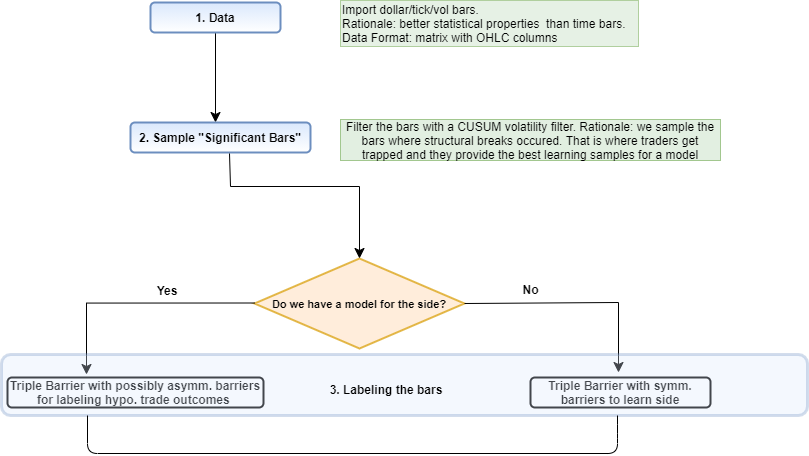
Before: Graphics/overview.png, a diagram exported from draw.io (aarzt21/MasterThesisETHZ). Source tidied: cells renumbered, new cells last; positions are measured from the earlier drawing's top-left corner, leaving out a move shared by most shapes.
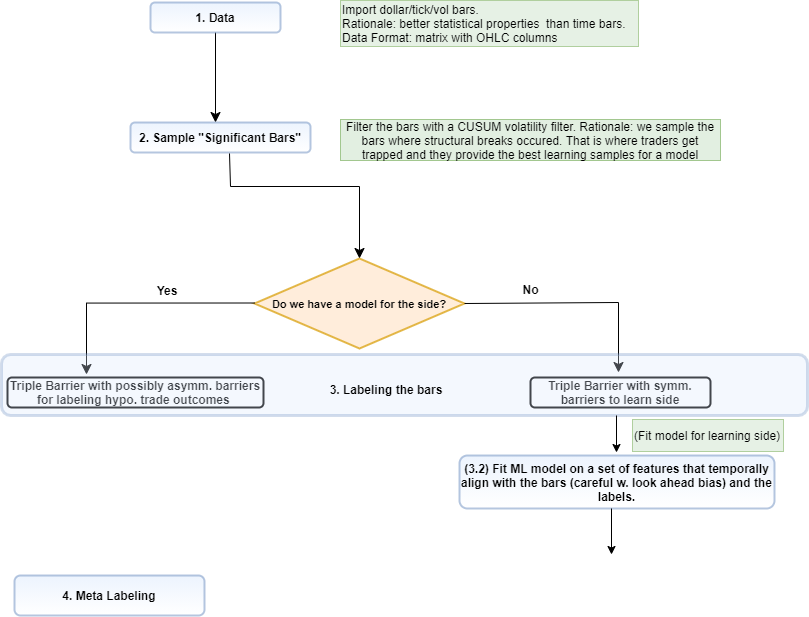
Later version of the same file.

Change to the diagram source:
```diff
@@ -7,7 +7,7 @@
         <mxPoint x="214" y="122" as="targetPoint" />
       </mxGeometry>
     </mxCell>
-    <mxCell id="3" value="&lt;b&gt;1. Data&lt;/b&gt;" style="rounded=1;whiteSpace=wrap;html=1;fontSize=12;glass=0;strokeWidth=2;shadow=0;fillColor=#dae8fc;strokeColor=#6c8ebf;gradientColor=#ffffff;" parent="1" vertex="1">
+    <mxCell id="3" value="&lt;b&gt;1. Data&lt;/b&gt;" style="rounded=1;whiteSpace=wrap;html=1;fontSize=12;glass=0;strokeWidth=2;shadow=0;fillColor=#dae8fc;strokeColor=#6c8ebf;gradientColor=#ffffff;opacity=50;" parent="1" vertex="1">
       <mxGeometry x="149" y="2" width="130" height="30" as="geometry" />
     </mxCell>
     <mxCell id="4" value="Filter the bars with a CUSUM volatility filter. Rationale: we sample the bars where structural breaks occured. That is where traders get trapped and they provide the best learning samples for a model" style="text;html=1;strokeColor=#82b366;fillColor=#d5e8d4;align=center;verticalAlign=middle;whiteSpace=wrap;rounded=0;opacity=70;" parent="1" vertex="1">
@@ -16,7 +16,7 @@
     <mxCell id="5" value="Import dollar/tick/vol bars. &lt;br&gt;Rationale: better statistical properties&amp;nbsp; than time bars.&lt;br&gt;Data Format: matrix with OHLC columns" style="text;html=1;strokeColor=#82b366;fillColor=#d5e8d4;align=left;verticalAlign=middle;whiteSpace=wrap;rounded=0;opacity=60;" parent="1" vertex="1">
       <mxGeometry x="339" width="298" height="46" as="geometry" />
     </mxCell>
-    <mxCell id="6" value="&lt;b&gt;2. Sample &quot;Significant Bars&quot;&lt;/b&gt;" style="rounded=1;whiteSpace=wrap;html=1;fontSize=12;glass=0;strokeWidth=2;shadow=0;fillColor=#dae8fc;strokeColor=#6c8ebf;gradientColor=#ffffff;" parent="1" vertex="1">
+    <mxCell id="6" value="&lt;b&gt;2. Sample &quot;Significant Bars&quot;&lt;/b&gt;" style="rounded=1;whiteSpace=wrap;html=1;fontSize=12;glass=0;strokeWidth=2;shadow=0;fillColor=#dae8fc;strokeColor=#6c8ebf;gradientColor=#ffffff;opacity=50;" parent="1" vertex="1">
       <mxGeometry x="129" y="122" width="180" height="30" as="geometry" />
     </mxCell>
     <mxCell id="7" value="&lt;font size=&quot;1&quot;&gt;&lt;b style=&quot;font-size: 11px&quot;&gt;Do we have a model for the side?&lt;/b&gt;&lt;/font&gt;" style="rhombus;whiteSpace=wrap;html=1;strokeWidth=2;opacity=70;fillColor=#ffe6cc;strokeColor=#d79b00;" parent="1" vertex="1">
@@ -70,24 +70,26 @@
     <mxCell id="17" value="&lt;b&gt;3. Labeling the bars&lt;/b&gt;" style="text;html=1;strokeColor=none;fillColor=none;align=center;verticalAlign=middle;whiteSpace=wrap;rounded=0;opacity=30;" parent="1" vertex="1">
       <mxGeometry x="318" y="379" width="134" height="20" as="geometry" />
     </mxCell>
-    <mxCell id="18" style="endArrow=none;html=1;strokeColor=#000000;strokeWidth=1;" parent="1" edge="1">
-      <mxGeometry relative="1" as="geometry">
-        <mxPoint x="368" y="453" as="sourcePoint" />
-        <mxPoint x="86" y="415" as="targetPoint" />
-        <Array as="points">
-          <mxPoint x="86" y="453" />
-        </Array>
-      </mxGeometry>
-    </mxCell>
-    <mxCell id="19" style="endArrow=none;html=1;strokeColor=#000000;strokeWidth=1;" parent="1" edge="1">
-      <mxGeometry relative="1" as="geometry">
-        <mxPoint x="366" y="453" as="sourcePoint" />
-        <mxPoint x="616" y="415" as="targetPoint" />
-        <Array as="points">
-          <mxPoint x="616" y="453" />
-          <mxPoint x="616" y="433" />
-        </Array>
-      </mxGeometry>
-    </mxCell>
+    <mxCell id="20" value="&lt;b&gt;4. Meta Labeling&lt;/b&gt;" style="rounded=1;whiteSpace=wrap;html=1;fontSize=12;glass=0;strokeWidth=2;shadow=0;fillColor=#dae8fc;strokeColor=#6c8ebf;gradientColor=#ffffff;opacity=50;" parent="1" vertex="1">
+      <mxGeometry x="13" y="575" width="190" height="40" as="geometry" />
+    </mxCell>
+    <mxCell id="21" style="endArrow=classic;html=1;strokeColor=#000000;strokeWidth=1;" parent="1" edge="1">
+      <mxGeometry relative="1" as="geometry">
+        <mxPoint x="615" y="415" as="sourcePoint" />
+        <mxPoint x="615" y="452" as="targetPoint" />
+      </mxGeometry>
+    </mxCell>
+    <mxCell id="22" value="&lt;b&gt;(3.2) Fit ML model on a set of features that temporally align with the bars (careful w. look ahead bias) and the labels.&lt;/b&gt;" style="rounded=1;whiteSpace=wrap;html=1;strokeWidth=2;fillColor=#dae8fc;strokeColor=#6c8ebf;gradientColor=#ffffff;opacity=50;" parent="1" vertex="1">
+      <mxGeometry x="458" y="455" width="315" height="53" as="geometry" />
+    </mxCell>
+    <mxCell id="23" value="(Fit model for learning side)" style="text;html=1;strokeColor=#82b366;fillColor=#d5e8d4;align=left;verticalAlign=middle;whiteSpace=wrap;rounded=0;opacity=60;" parent="1" vertex="1">
+      <mxGeometry x="631" y="419" width="151" height="32" as="geometry" />
+    </mxCell>
+    <mxCell id="24" style="endArrow=classic;html=1;strokeColor=#000000;strokeWidth=1;" parent="1" edge="1">
+      <mxGeometry relative="1" as="geometry">
+        <mxPoint x="610" y="508" as="sourcePoint" />
+        <mxPoint x="610" y="554" as="targetPoint" />
+      </mxGeometry>
+    </mxCell>
   </root>
 </mxGraphModel>
```
